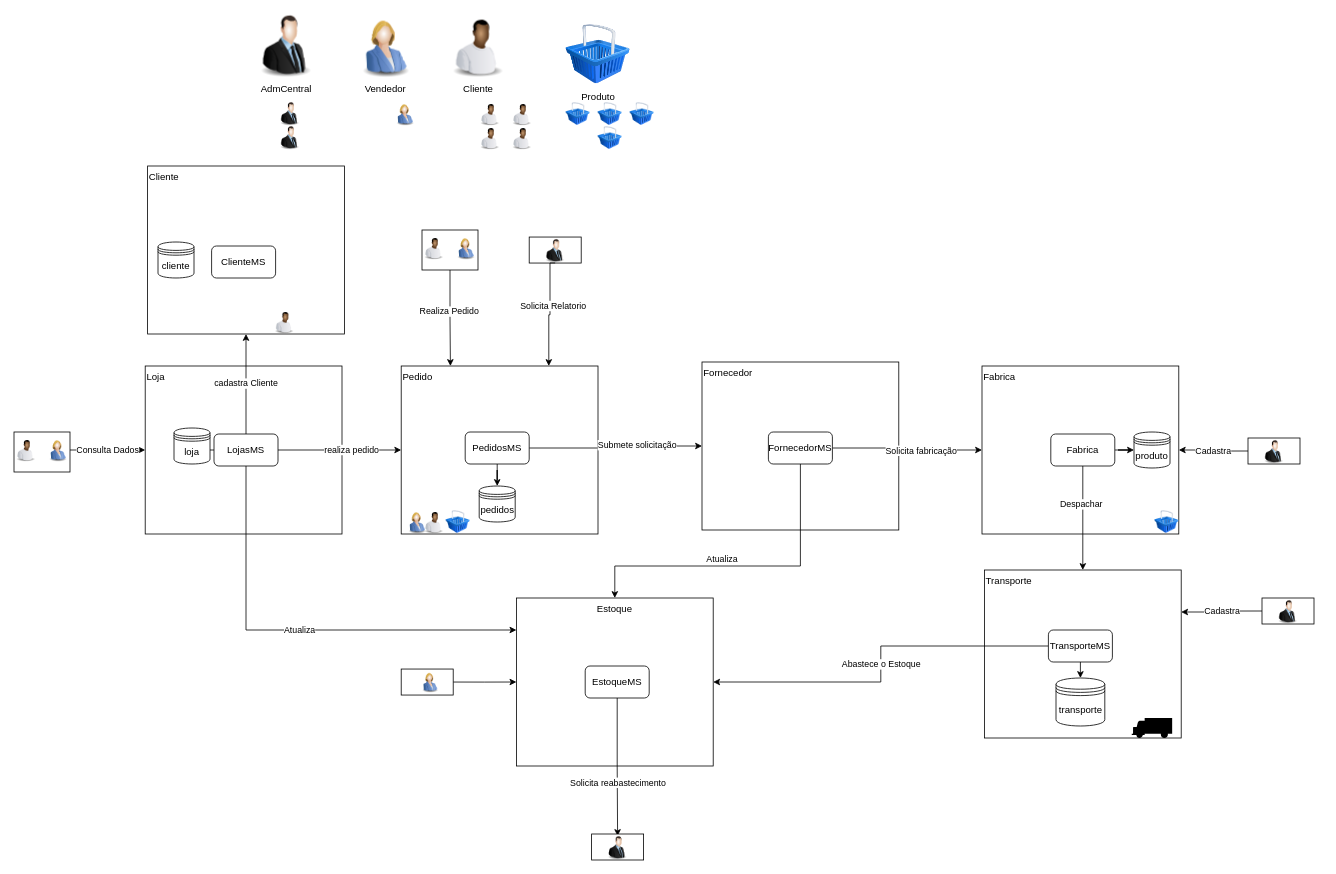
Earlier version of the draw.io diagram page "Vendas" (2 of 2) of Microservices/trabalho_ms.drawio (caramujox/MBA_FSFIAP). Source tidied: cells renumbered, new cells numbered last; positions are measured from the earlier drawing's top-left corner, leaving out a move shared by most shapes. Both pictures are drawn from the tidied source at 80%, with x=0, y=0 at pixel (14, 14). Pictures stored in the file or linked from it are replaced by grey dashed boxes.
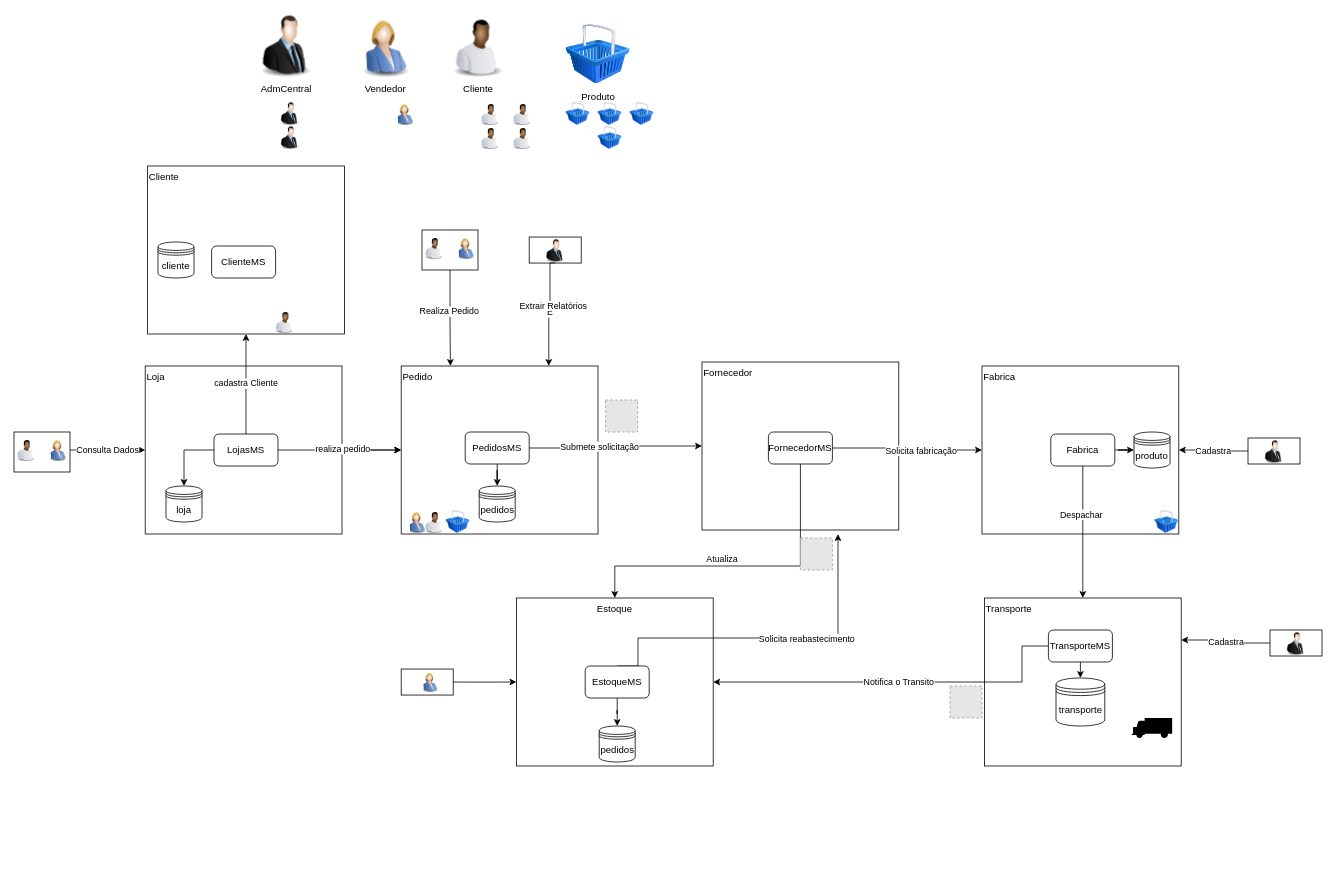
The same diagram, later.

Unchanged cells that the change refers to:
```xml
<mxCell id="2" value="Pedido" style="rounded=0;whiteSpace=wrap;html=1;verticalAlign=top;align=left;" parent="1" vertex="1">
  <mxGeometry x="484" y="440" width="246" height="210" as="geometry" />
</mxCell>
<mxCell id="5" value="Estoque" style="rounded=0;whiteSpace=wrap;html=1;verticalAlign=top;" parent="1" vertex="1">
  <mxGeometry x="628" y="730" width="246" height="210" as="geometry" />
</mxCell>
<mxCell id="6" value="Loja" style="rounded=0;whiteSpace=wrap;html=1;verticalAlign=top;align=left;" parent="1" vertex="1">
  <mxGeometry x="164" y="440" width="246" height="210" as="geometry" />
</mxCell>
<mxCell id="8" style="edgeStyle=orthogonalEdgeStyle;rounded=0;jettySize=auto;html=1;entryX=0;entryY=0.5;entryDx=0;entryDy=0;" parent="1" edge="1" source="12" target="2">
  <mxGeometry relative="1" as="geometry" />
</mxCell>
<mxCell id="12" value="LojasMS" style="rounded=1;whiteSpace=wrap;html=1;" parent="1" vertex="1">
  <mxGeometry x="250" y="525" width="80" height="40" as="geometry" />
</mxCell>
<mxCell id="34" style="edgeStyle=orthogonalEdgeStyle;rounded=0;jettySize=auto;html=1;exitX=1;exitY=0.5;exitDx=0;exitDy=0;" parent="1" edge="1" source="36" target="79">
  <mxGeometry relative="1" as="geometry" />
</mxCell>
<mxCell id="42" value="EstoqueMS" style="rounded=1;whiteSpace=wrap;html=1;" parent="1" vertex="1">
  <mxGeometry x="714" y="815" width="80" height="40" as="geometry" />
</mxCell>
<mxCell id="57" style="image;html=1;image=img/lib/clip_art/people/Suit_Man_128x128.png;" parent="1" vertex="1">
  <mxGeometry x="661.5" y="281.2" width="30" height="30" as="geometry" />
</mxCell>
<mxCell id="63" value="TransporteMS" style="rounded=1;whiteSpace=wrap;html=1;" parent="1" vertex="1">
  <mxGeometry x="1293" y="770" width="80" height="40" as="geometry" />
</mxCell>
<mxCell id="79" value="Fornecedor" style="rounded=0;whiteSpace=wrap;html=1;verticalAlign=top;align=left;" parent="1" vertex="1">
  <mxGeometry x="860" y="435" width="246" height="210" as="geometry" />
</mxCell>
```

Diff of the diagram source:
```diff
@@
+    <mxCell id="85" style="edgeStyle=orthogonalEdgeStyle;rounded=0;jettySize=auto;html=1;" parent="1" edge="1" source="6" target="2">
+      <mxGeometry relative="1" as="geometry" />
+    </mxCell>
@@
     <mxCell id="9" value="realiza pedido" style="edgeLabel;html=1;align=center;verticalAlign=middle;" parent="8" vertex="1">
-      <mxGeometry x="0.18" y="1" relative="1" as="geometry" />
+      <mxGeometry x="0.18" y="1" relative="1" as="geometry">
+        <mxPoint x="-11" y="-1" as="offset" />
+      </mxGeometry>
     </mxCell>
@@
-    <mxCell id="11" value="Atualiza" style="edgeStyle=orthogonalEdgeStyle;rounded=0;jettySize=auto;html=1;exitX=0.5;exitY=1;exitDx=0;exitDy=0;" parent="1" edge="1" source="12" target="5">
-      <mxGeometry relative="1" as="geometry">
-        <Array as="points">
-          <mxPoint x="290" y="770" />
-        </Array>
-      </mxGeometry>
-    </mxCell>
@@
     <mxCell id="32" value="loja" style="shape=datastore;whiteSpace=wrap;html=1;" parent="1" vertex="1">
-      <mxGeometry x="200" y="517.5" width="45" height="45" as="geometry" />
+      <mxGeometry x="190" y="590" width="45" height="45" as="geometry" />
     </mxCell>
@@
     <mxCell id="35" value="Submete solicitação" style="edgeLabel;html=1;align=center;verticalAlign=middle;" parent="34" vertex="1">
       <mxGeometry x="0.25" y="1" relative="1" as="geometry">
-        <mxPoint y="-1" as="offset" />
+        <mxPoint x="-47" y="1" as="offset" />
       </mxGeometry>
     </mxCell>
@@
-    <mxCell id="40" style="edgeStyle=orthogonalEdgeStyle;rounded=0;jettySize=auto;html=1;exitX=0.5;exitY=1;exitDx=0;exitDy=0;" parent="1" edge="1" source="42" target="72">
-      <mxGeometry relative="1" as="geometry" />
+    <mxCell id="40" style="edgeStyle=orthogonalEdgeStyle;rounded=0;jettySize=auto;html=1;exitX=0.5;exitY=0;exitDx=0;exitDy=0;entryX=0.691;entryY=1.024;entryDx=0;entryDy=0;entryPerimeter=0;" parent="1" edge="1" source="42" target="79">
+      <mxGeometry relative="1" as="geometry">
+        <Array as="points">
+          <mxPoint x="780" y="815" />
+          <mxPoint x="780" y="780" />
+          <mxPoint x="1030" y="780" />
+        </Array>
+      </mxGeometry>
     </mxCell>
@@
+    <mxCell id="86" style="edgeStyle=orthogonalEdgeStyle;rounded=0;jettySize=auto;html=1;" parent="1" edge="1" source="42" target="90">
+      <mxGeometry relative="1" as="geometry" />
+    </mxCell>
@@
-    <mxCell id="55" style="edgeStyle=orthogonalEdgeStyle;rounded=0;jettySize=auto;html=1;exitX=0.5;exitY=1;exitDx=0;exitDy=0;entryX=0.75;entryY=0;entryDx=0;entryDy=0;" parent="1" edge="1" source="57" target="2">
+    <mxCell id="55" value="E" style="edgeStyle=orthogonalEdgeStyle;rounded=0;jettySize=auto;html=1;exitX=0.5;exitY=1;exitDx=0;exitDy=0;entryX=0.75;entryY=0;entryDx=0;entryDy=0;" parent="1" edge="1" source="57" target="2">
       <mxGeometry relative="1" as="geometry">
         <Array as="points">
           <mxPoint x="670" y="311" />
           <mxPoint x="670" y="376" />
           <mxPoint x="669" y="376" />
         </Array>
       </mxGeometry>
     </mxCell>
-    <mxCell id="56" value="Solicita Relatorio" style="edgeLabel;html=1;align=center;verticalAlign=middle;" parent="55" vertex="1">
+    <mxCell id="56" value="Extrair Relatórios" style="edgeLabel;html=1;align=center;verticalAlign=middle;" parent="55" vertex="1">
       <mxGeometry x="-0.13" y="3" relative="1" as="geometry" />
     </mxCell>
@@
     <mxCell id="60" value="Transporte" style="rounded=0;whiteSpace=wrap;html=1;verticalAlign=top;align=left;" parent="1" vertex="1">
-      <mxGeometry x="1213" y="695" width="246" height="210" as="geometry" />
+      <mxGeometry x="1213" y="730" width="246" height="210" as="geometry" />
     </mxCell>
-    <mxCell id="61" value="Abastece o Estoque" style="edgeStyle=orthogonalEdgeStyle;rounded=0;jettySize=auto;html=1;exitX=0;exitY=0.5;exitDx=0;exitDy=0;" parent="1" edge="1" source="63" target="5">
-      <mxGeometry relative="1" as="geometry" />
+    <mxCell id="61" value="Notifica o Transito" style="edgeStyle=orthogonalEdgeStyle;rounded=0;jettySize=auto;html=1;exitX=0;exitY=0.5;exitDx=0;exitDy=0;" parent="1" edge="1" source="63" target="5">
+      <mxGeometry relative="1" as="geometry">
+        <Array as="points">
+          <mxPoint x="1260" y="790" />
+          <mxPoint x="1260" y="835" />
+        </Array>
+      </mxGeometry>
     </mxCell>
@@
     <mxCell id="65" style="rounded=0;whiteSpace=wrap;html=1;" parent="1" vertex="1">
-      <mxGeometry x="1560" y="730" width="65" height="32.5" as="geometry" />
+      <mxGeometry x="1570" y="770" width="65" height="32.5" as="geometry" />
     </mxCell>
     <mxCell id="66" style="image;html=1;image=img/lib/clip_art/people/Suit_Man_128x128.png;" parent="1" vertex="1">
-      <mxGeometry x="1577.5" y="732.5" width="30" height="30" as="geometry" />
+      <mxGeometry x="1587.5" y="772.5" width="30" height="30" as="geometry" />
     </mxCell>
@@
-    <mxCell id="71" style="rounded=0;whiteSpace=wrap;html=1;" parent="1" vertex="1">
-      <mxGeometry x="722" y="1025" width="65" height="32.5" as="geometry" />
-    </mxCell>
-    <mxCell id="72" style="image;html=1;image=img/lib/clip_art/people/Suit_Man_128x128.png;" parent="1" vertex="1">
-      <mxGeometry x="739.5" y="1027.5" width="30" height="30" as="geometry" />
-    </mxCell>
@@
+    <mxCell id="87" style="fillColor=#E6E6E6;strokeColor=#999999;dashed=1;verticalLabelPosition=bottom;labelBackgroundColor=default;verticalAlign=top;" parent="1" vertex="1">
+      <mxGeometry x="983" y="655" width="40" height="40" as="geometry" />
+    </mxCell>
+    <mxCell id="88" style="fillColor=#E6E6E6;strokeColor=#999999;dashed=1;verticalLabelPosition=bottom;labelBackgroundColor=default;verticalAlign=top;" parent="1" vertex="1">
+      <mxGeometry x="1170" y="840" width="40" height="40" as="geometry" />
+    </mxCell>
+    <mxCell id="89" style="fillColor=#E6E6E6;strokeColor=#999999;dashed=1;verticalLabelPosition=bottom;labelBackgroundColor=default;verticalAlign=top;" parent="1" vertex="1">
+      <mxGeometry x="739.5" y="482.5" width="40" height="40" as="geometry" />
+    </mxCell>
+    <mxCell id="90" value="pedidos" style="shape=datastore;whiteSpace=wrap;html=1;" parent="1" vertex="1">
+      <mxGeometry x="731.5" y="890" width="45" height="45" as="geometry" />
+    </mxCell>
```
